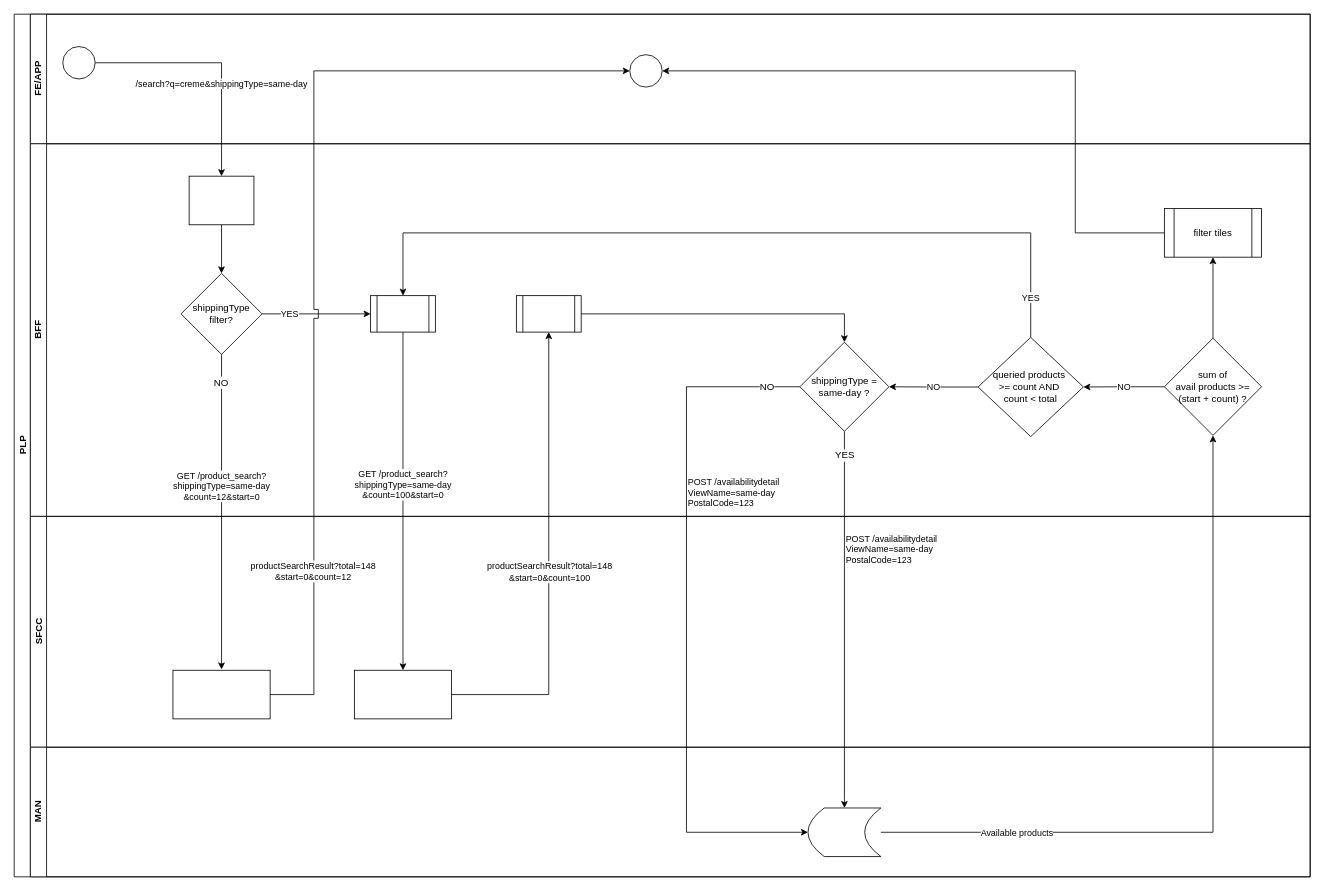
Before: page "BFF 1" (2 of 3) of manh.drawio in pettll/diagrams, a draw.io diagram. Source tidied: cells renumbered, new cells numbered last; positions are measured from the earlier drawing's top-left corner, leaving out a move shared by most shapes. Both pictures are drawn from the tidied source at 81%, with x=0, y=0 at pixel (14, 14).
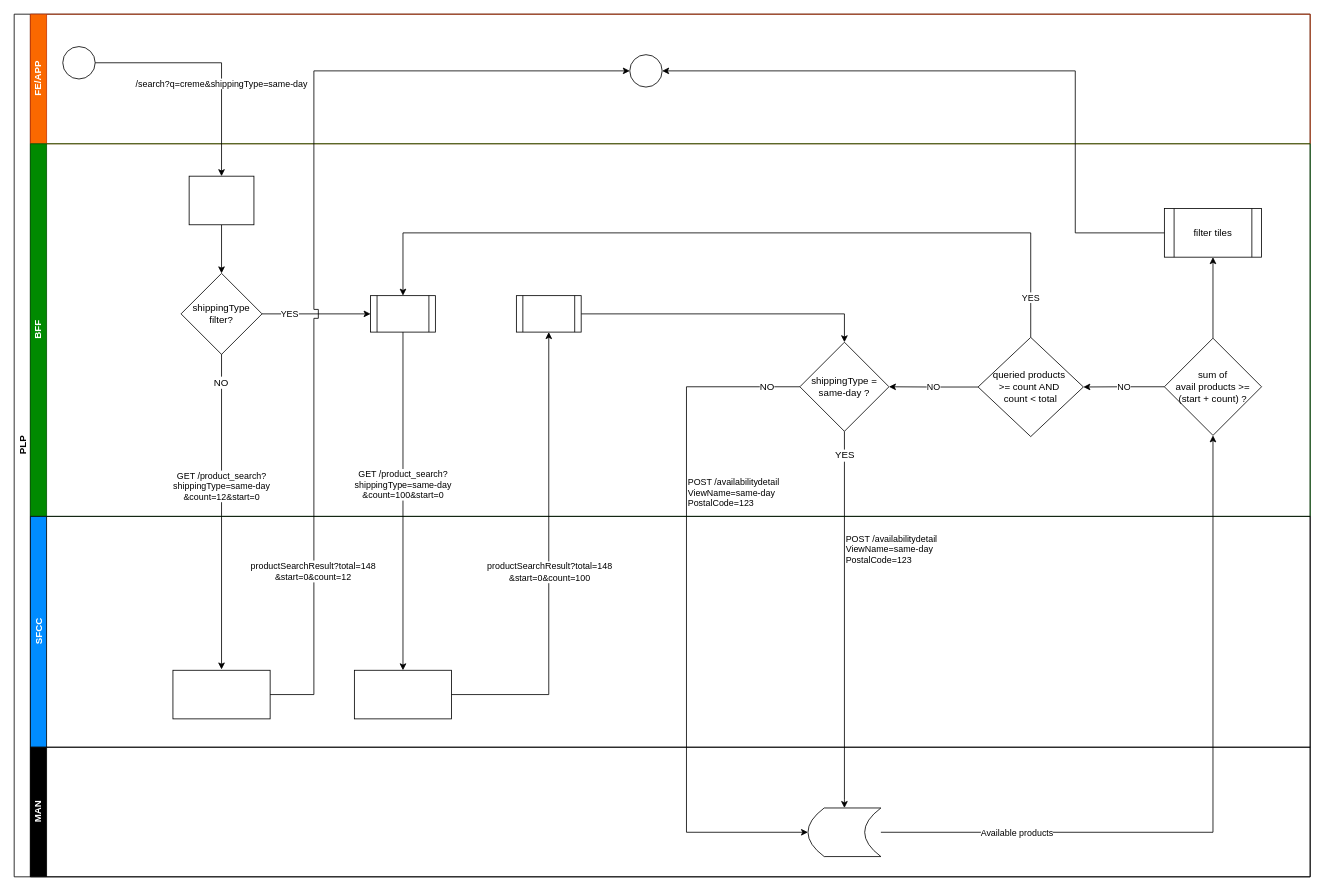
The same page after the edit.

The change refers to these unchanged cells:
```xml
<mxCell id="2" value="PLP" style="swimlane;html=1;horizontal=0;startSize=20;" parent="1" vertex="1">
  <mxGeometry width="1600" height="1065" as="geometry" />
</mxCell>
```

What changed in the source:
```diff
@@
-    <mxCell id="7" value="FE/APP" style="swimlane;html=1;startSize=20;horizontal=0;" parent="2" vertex="1">
+    <mxCell id="7" value="FE/APP" style="swimlane;html=1;startSize=20;horizontal=0;fillColor=#fa6800;fontColor=#FFFFFF;strokeColor=#C73500;" parent="2" vertex="1">
       <mxGeometry x="20" width="1580" height="160" as="geometry" />
     </mxCell>
@@
-    <mxCell id="10" value="BFF" style="swimlane;html=1;startSize=20;horizontal=0;" parent="2" vertex="1">
+    <mxCell id="10" value="BFF" style="swimlane;html=1;startSize=20;horizontal=0;fillColor=#008a00;fontColor=#ffffff;strokeColor=#005700;" parent="2" vertex="1">
       <mxGeometry x="20" y="160" width="1580" height="460" as="geometry" />
     </mxCell>
@@
-    <mxCell id="29" value="SFCC" style="swimlane;html=1;startSize=20;horizontal=0;fillColor=#FFFFFF;whiteSpace=wrap;" parent="2" vertex="1">
+    <mxCell id="29" value="SFCC" style="swimlane;html=1;startSize=20;horizontal=0;fillColor=#008CFF;whiteSpace=wrap;fontColor=#FFFFFF;" parent="2" vertex="1">
       <mxGeometry x="20" y="620" width="1580" height="285" as="geometry" />
     </mxCell>
@@
-    <mxCell id="32" value="MAN" style="swimlane;html=1;startSize=20;horizontal=0;" parent="2" vertex="1">
+    <mxCell id="32" value="MAN" style="swimlane;html=1;startSize=20;horizontal=0;fillColor=#000000;fontColor=#FFFFFF;" parent="2" vertex="1">
       <mxGeometry x="20" y="905" width="1580" height="160" as="geometry" />
     </mxCell>
```
